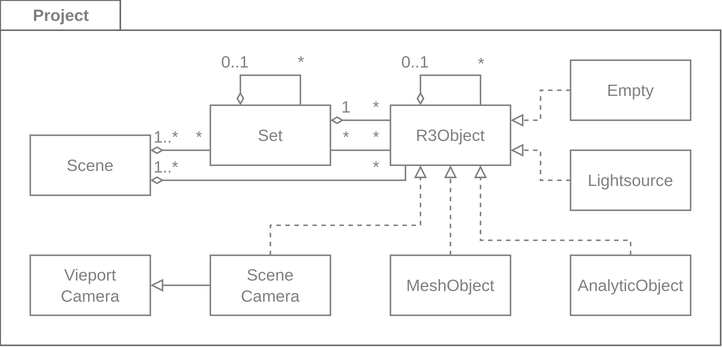
This is wiki/MetaSceneGraph.svg from YoanWithY/kayo, a draw.io export, as it was before one commit. Source tidied: cells renumbered, new cells last; positions are measured from the earlier drawing's top-left corner, leaving out a move shared by most shapes.
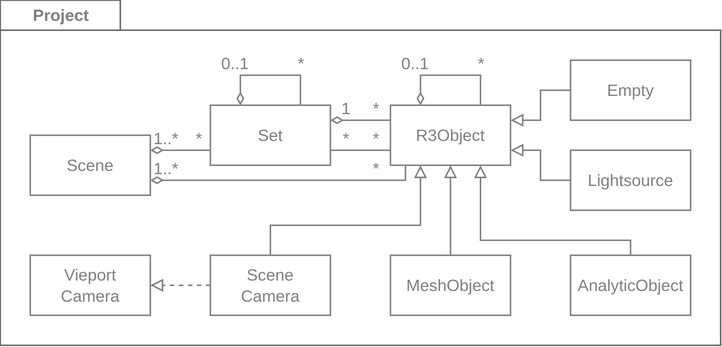
Later version of the same file.

Change to the diagram source:
```diff
@@ -23,10 +23,10 @@
         <mxPoint x="-4" y="1" as="offset" />
       </mxGeometry>
     </mxCell>
-    <mxCell id="6" style="edgeStyle=orthogonalEdgeStyle;shape=connector;rounded=0;labelBackgroundColor=default;strokeColor=#808080;fontFamily=Helvetica;fontSize=11;fontColor=#808080;endArrow=block;endFill=0;labelBorderColor=none;html=1;" parent="1" edge="1" source="29" target="28">
+    <mxCell id="6" style="edgeStyle=orthogonalEdgeStyle;shape=connector;rounded=0;labelBackgroundColor=default;strokeColor=#808080;fontFamily=Helvetica;fontSize=11;fontColor=#808080;endArrow=block;endFill=0;labelBorderColor=none;html=1;dashed=1;" parent="1" edge="1" source="29" target="28">
       <mxGeometry relative="1" as="geometry" />
     </mxCell>
-    <mxCell id="7" style="edgeStyle=orthogonalEdgeStyle;shape=connector;rounded=0;labelBackgroundColor=default;strokeColor=#808080;fontFamily=Helvetica;fontSize=11;fontColor=#808080;endArrow=block;endFill=0;dashed=1;entryX=0.25;entryY=1;entryDx=0;entryDy=0;labelBorderColor=none;html=1;" parent="1" edge="1" source="29" target="35">
+    <mxCell id="7" style="edgeStyle=orthogonalEdgeStyle;shape=connector;rounded=0;labelBackgroundColor=default;strokeColor=#808080;fontFamily=Helvetica;fontSize=11;fontColor=#808080;endArrow=block;endFill=0;entryX=0.25;entryY=1;entryDx=0;entryDy=0;labelBorderColor=none;html=1;" parent="1" edge="1" source="29" target="35">
       <mxGeometry relative="1" as="geometry">
         <Array as="points">
           <mxPoint x="180" y="150" />
@@ -34,13 +34,13 @@
         </Array>
       </mxGeometry>
     </mxCell>
-    <mxCell id="8" style="edgeStyle=orthogonalEdgeStyle;shape=connector;rounded=0;labelBackgroundColor=default;strokeColor=#808080;fontFamily=Helvetica;fontSize=11;fontColor=#808080;endArrow=block;endFill=0;dashed=1;labelBorderColor=none;html=1;" parent="1" edge="1" source="30" target="35">
+    <mxCell id="8" style="edgeStyle=orthogonalEdgeStyle;shape=connector;rounded=0;labelBackgroundColor=default;strokeColor=#808080;fontFamily=Helvetica;fontSize=11;fontColor=#808080;endArrow=block;endFill=0;labelBorderColor=none;html=1;" parent="1" edge="1" source="30" target="35">
       <mxGeometry relative="1" as="geometry" />
     </mxCell>
-    <mxCell id="9" style="edgeStyle=orthogonalEdgeStyle;shape=connector;rounded=0;labelBackgroundColor=default;strokeColor=#808080;fontFamily=Helvetica;fontSize=11;fontColor=#808080;endArrow=block;endFill=0;dashed=1;entryX=1;entryY=0.75;entryDx=0;entryDy=0;labelBorderColor=none;html=1;" parent="1" edge="1" source="31" target="35">
+    <mxCell id="9" style="edgeStyle=orthogonalEdgeStyle;shape=connector;rounded=0;labelBackgroundColor=default;strokeColor=#808080;fontFamily=Helvetica;fontSize=11;fontColor=#808080;endArrow=block;endFill=0;entryX=1;entryY=0.75;entryDx=0;entryDy=0;labelBorderColor=none;html=1;" parent="1" edge="1" source="31" target="35">
       <mxGeometry relative="1" as="geometry" />
     </mxCell>
-    <mxCell id="10" style="edgeStyle=orthogonalEdgeStyle;shape=connector;rounded=0;labelBackgroundColor=default;strokeColor=#808080;fontFamily=Helvetica;fontSize=11;fontColor=#808080;endArrow=block;endFill=0;dashed=1;entryX=0.75;entryY=1;entryDx=0;entryDy=0;labelBorderColor=none;html=1;" parent="1" edge="1" source="32" target="35">
+    <mxCell id="10" style="edgeStyle=orthogonalEdgeStyle;shape=connector;rounded=0;labelBackgroundColor=default;strokeColor=#808080;fontFamily=Helvetica;fontSize=11;fontColor=#808080;endArrow=block;endFill=0;entryX=0.75;entryY=1;entryDx=0;entryDy=0;labelBorderColor=none;html=1;" parent="1" edge="1" source="32" target="35">
       <mxGeometry relative="1" as="geometry">
         <Array as="points">
           <mxPoint x="420" y="160" />
@@ -48,7 +48,7 @@
         </Array>
       </mxGeometry>
     </mxCell>
-    <mxCell id="11" style="edgeStyle=orthogonalEdgeStyle;shape=connector;rounded=0;labelBackgroundColor=default;strokeColor=#808080;fontFamily=Helvetica;fontSize=11;fontColor=#808080;endArrow=block;endFill=0;dashed=1;entryX=1;entryY=0.25;entryDx=0;entryDy=0;labelBorderColor=none;html=1;" parent="1" edge="1" source="33" target="35">
+    <mxCell id="11" style="edgeStyle=orthogonalEdgeStyle;shape=connector;rounded=0;labelBackgroundColor=default;strokeColor=#808080;fontFamily=Helvetica;fontSize=11;fontColor=#808080;endArrow=block;endFill=0;entryX=1;entryY=0.25;entryDx=0;entryDy=0;labelBorderColor=none;html=1;" parent="1" edge="1" source="33" target="35">
       <mxGeometry relative="1" as="geometry" />
     </mxCell>
     <mxCell id="12" style="edgeStyle=orthogonalEdgeStyle;fontSize=11;endArrow=none;startArrow=diamondThin;rounded=0;startFill=0;fontColor=#808080;strokeColor=#808080;endFill=0;fontFamily=Helvetica;exitX=1;exitY=0.75;exitDx=0;exitDy=0;labelBorderColor=none;html=1;" parent="1" edge="1" source="27" target="35">
```
